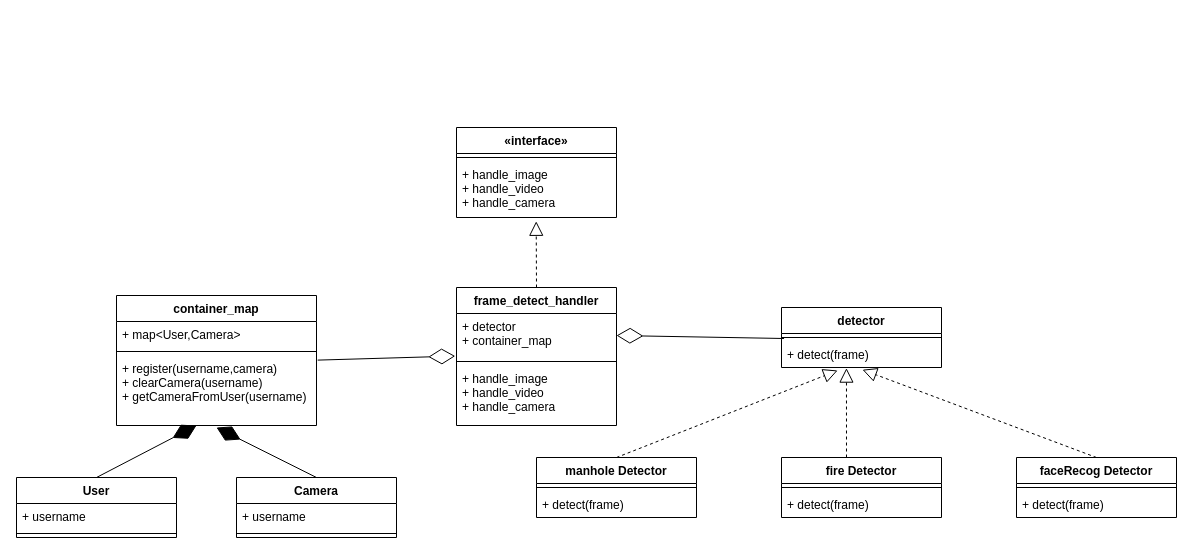
This is 未命名绘图.drawio from GithubWangXiaoXi/draw-io, a draw.io file, before an edit. Source tidied: cells renumbered, new cells numbered last; positions are measured from the earlier drawing's top-left corner, leaving out a move shared by most shapes. Both pictures are drawn from the tidied source at 100%, with x=0, y=0 at pixel (16, 127).
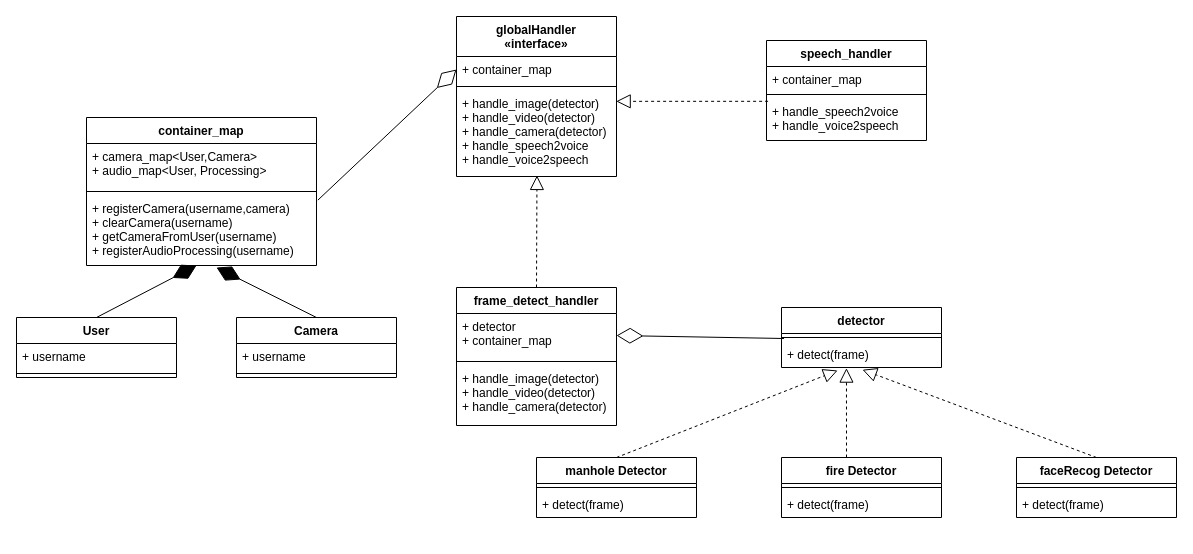
The same page after the edit.

Commit message:
更新未命名绘图.drawio

Unchanged cells that the change refers to:
```xml
<mxCell id="18" value="frame_detect_handler" style="swimlane;fontStyle=1;align=center;verticalAlign=top;horizontal=1;startSize=26;" parent="1" vertex="1">
  <mxGeometry x="440" y="160" width="160" height="138" as="geometry" />
</mxCell>
<mxCell id="19" value="+ detector&#10;+ container_map" style="text;strokeColor=none;fillColor=none;align=left;verticalAlign=top;spacingLeft=4;spacingRight=4;overflow=hidden;points=[[0,0.5],[1,0.5]];portConstraint=eastwest;" parent="18" vertex="1">
  <mxGeometry y="26" width="160" height="44" as="geometry" />
</mxCell>
```

Change to the diagram source:
```diff
@@
-    <mxCell id="11" value="«interface»&#10;" style="swimlane;fontStyle=1;align=center;verticalAlign=top;horizontal=1;startSize=26;" parent="1" vertex="1">
-      <mxGeometry x="440" width="160" height="90" as="geometry" />
-    </mxCell>
-    <mxCell id="12" style="line;strokeWidth=1;fillColor=none;align=left;verticalAlign=middle;spacingTop=-1;spacingLeft=3;spacingRight=3;labelPosition=right;strokeColor=inherit;" parent="11" vertex="1">
-      <mxGeometry y="26" width="160" height="8" as="geometry" />
-    </mxCell>
-    <mxCell id="13" value="+ handle_image&#10;+ handle_video&#10;+ handle_camera" style="text;strokeColor=none;fillColor=none;align=left;verticalAlign=top;spacingLeft=4;spacingRight=4;overflow=hidden;" parent="11" vertex="1">
-      <mxGeometry y="34" width="160" height="56" as="geometry" />
-    </mxCell>
-    <mxCell id="14" style="endArrow=block;dashed=1;endFill=0;endSize=12;html=1;rounded=0;entryX=0.492;entryY=1.068;entryDx=0;entryDy=0;entryPerimeter=0;" parent="1" edge="1">
+    <mxCell id="14" style="endArrow=block;dashed=1;endFill=0;endSize=12;html=1;rounded=0;entryX=0.503;entryY=0.988;entryDx=0;entryDy=0;entryPerimeter=0;" parent="1" edge="1" target="42">
       <mxGeometry relative="1" as="geometry">
         <mxPoint x="520" y="160" as="sourcePoint" />
-        <mxPoint x="519.7" y="93.8" as="targetPoint" />
       </mxGeometry>
     </mxCell>
@@
-    <mxCell id="21" value="+ handle_image&#10;+ handle_video&#10;+ handle_camera" style="text;strokeColor=none;fillColor=none;align=left;verticalAlign=top;spacingLeft=4;spacingRight=4;overflow=hidden;" parent="18" vertex="1">
+    <mxCell id="21" value="+ handle_image(detector)&#10;+ handle_video(detector)&#10;+ handle_camera(detector)" style="text;strokeColor=none;fillColor=none;align=left;verticalAlign=top;spacingLeft=4;spacingRight=4;overflow=hidden;" parent="18" vertex="1">
       <mxGeometry y="78" width="160" height="60" as="geometry" />
     </mxCell>
@@
     <mxCell id="26" value="User" style="swimlane;fontStyle=1;align=center;verticalAlign=top;horizontal=1;startSize=26;" parent="1" vertex="1">
-      <mxGeometry y="350" width="160" height="60" as="geometry" />
+      <mxGeometry y="190" width="160" height="60" as="geometry" />
     </mxCell>
@@
     <mxCell id="29" value="container_map" style="swimlane;fontStyle=1;align=center;verticalAlign=top;horizontal=1;startSize=26;" parent="1" vertex="1">
-      <mxGeometry x="100" y="168" width="200" height="130" as="geometry" />
+      <mxGeometry x="70" y="-10" width="230" height="148" as="geometry" />
     </mxCell>
-    <mxCell id="30" value="+ map&lt;User,Camera&gt; " style="text;strokeColor=none;fillColor=none;align=left;verticalAlign=top;spacingLeft=4;spacingRight=4;overflow=hidden;" parent="29" vertex="1">
-      <mxGeometry y="26" width="200" height="26" as="geometry" />
+    <mxCell id="30" value="+ camera_map&lt;User,Camera&gt;&#10;+ audio_map&lt;User, Processing&gt; " style="text;strokeColor=none;fillColor=none;align=left;verticalAlign=top;spacingLeft=4;spacingRight=4;overflow=hidden;" parent="29" vertex="1">
+      <mxGeometry y="26" width="230" height="44" as="geometry" />
     </mxCell>
     <mxCell id="31" style="line;strokeWidth=1;fillColor=none;align=left;verticalAlign=middle;spacingTop=-1;spacingLeft=3;spacingRight=3;labelPosition=right;strokeColor=inherit;" parent="29" vertex="1">
-      <mxGeometry y="52" width="200" height="8" as="geometry" />
+      <mxGeometry y="70" width="230" height="8" as="geometry" />
     </mxCell>
-    <mxCell id="32" value="+ register(username,camera)&#10;+ clearCamera(username)&#10;+ getCameraFromUser(username)" style="text;strokeColor=none;fillColor=none;align=left;verticalAlign=top;spacingLeft=4;spacingRight=4;overflow=hidden;points=[[0,0.5],[1,0.5]];portConstraint=eastwest;" parent="29" vertex="1">
-      <mxGeometry y="60" width="200" height="70" as="geometry" />
+    <mxCell id="32" value="+ registerCamera(username,camera)&#10;+ clearCamera(username)&#10;+ getCameraFromUser(username)&#10;+ registerAudioProcessing(username)" style="text;strokeColor=none;fillColor=none;align=left;verticalAlign=top;spacingLeft=4;spacingRight=4;overflow=hidden;points=[[0,0.5],[1,0.5]];portConstraint=eastwest;" parent="29" vertex="1">
+      <mxGeometry y="78" width="230" height="70" as="geometry" />
     </mxCell>
     <mxCell id="33" value="Camera" style="swimlane;fontStyle=1;align=center;verticalAlign=top;horizontal=1;startSize=26;" parent="1" vertex="1">
-      <mxGeometry x="220" y="350" width="160" height="60" as="geometry" />
+      <mxGeometry x="220" y="190" width="160" height="60" as="geometry" />
     </mxCell>
@@
-    <mxCell id="36" style="endArrow=diamondThin;endFill=0;endSize=24;html=1;rounded=0;entryX=-0.008;entryY=0.968;entryDx=0;entryDy=0;entryPerimeter=0;exitX=1.006;exitY=0.066;exitDx=0;exitDy=0;exitPerimeter=0;" parent="1" edge="1" source="32" target="19">
+    <mxCell id="36" style="endArrow=diamondThin;endFill=0;endSize=24;html=1;rounded=0;entryX=0;entryY=0.5;entryDx=0;entryDy=0;exitX=1.006;exitY=0.066;exitDx=0;exitDy=0;exitPerimeter=0;" parent="1" edge="1" source="32" target="40">
       <mxGeometry relative="1" as="geometry" />
     </mxCell>
     <mxCell id="37" style="endArrow=diamondThin;endFill=1;endSize=24;html=1;rounded=0;exitX=0.5;exitY=0;exitDx=0;exitDy=0;" parent="1" edge="1" source="33">
       <mxGeometry relative="1" as="geometry">
-        <mxPoint x="200" y="300" as="targetPoint" />
+        <mxPoint x="200" y="140" as="targetPoint" />
       </mxGeometry>
     </mxCell>
     <mxCell id="38" style="endArrow=diamondThin;endFill=1;endSize=24;html=1;rounded=0;exitX=0.5;exitY=0;exitDx=0;exitDy=0;" parent="1" edge="1" source="26">
       <mxGeometry relative="1" as="geometry">
-        <mxPoint x="180" y="298" as="targetPoint" />
+        <mxPoint x="180" y="138" as="targetPoint" />
       </mxGeometry>
     </mxCell>
+    <mxCell id="39" value="globalHandler&#10;«interface»" style="swimlane;fontStyle=1;align=center;verticalAlign=top;horizontal=1;startSize=40;" parent="1" vertex="1">
+      <mxGeometry x="440" y="-111" width="160" height="160" as="geometry" />
+    </mxCell>
+    <mxCell id="40" value="+ container_map" style="text;strokeColor=none;fillColor=none;align=left;verticalAlign=top;spacingLeft=4;spacingRight=4;overflow=hidden;points=[[0,0.5],[1,0.5]];portConstraint=eastwest;" parent="39" vertex="1">
+      <mxGeometry y="40" width="160" height="26" as="geometry" />
+    </mxCell>
+    <mxCell id="41" style="line;strokeWidth=1;fillColor=none;align=left;verticalAlign=middle;spacingTop=-1;spacingLeft=3;spacingRight=3;labelPosition=right;strokeColor=inherit;" parent="39" vertex="1">
+      <mxGeometry y="66" width="160" height="8" as="geometry" />
+    </mxCell>
+    <mxCell id="42" value="+ handle_image(detector)&#10;+ handle_video(detector)&#10;+ handle_camera(detector)&#10;+ handle_speech2voice&#10;+ handle_voice2speech" style="text;strokeColor=none;fillColor=none;align=left;verticalAlign=top;spacingLeft=4;spacingRight=4;overflow=hidden;points=[[0,0.5],[1,0.5]];portConstraint=eastwest;" parent="39" vertex="1">
+      <mxGeometry y="74" width="160" height="86" as="geometry" />
+    </mxCell>
+    <mxCell id="43" value="speech_handler" style="swimlane;fontStyle=1;align=center;verticalAlign=top;horizontal=1;startSize=26;" parent="1" vertex="1">
+      <mxGeometry x="750" y="-87" width="160" height="100" as="geometry" />
+    </mxCell>
+    <mxCell id="44" value="+ container_map" style="text;strokeColor=none;fillColor=none;align=left;verticalAlign=top;spacingLeft=4;spacingRight=4;overflow=hidden;" parent="43" vertex="1">
+      <mxGeometry y="26" width="160" height="24" as="geometry" />
+    </mxCell>
+    <mxCell id="45" style="line;strokeWidth=1;fillColor=none;align=left;verticalAlign=middle;spacingTop=-1;spacingLeft=3;spacingRight=3;labelPosition=right;strokeColor=inherit;" parent="43" vertex="1">
+      <mxGeometry y="50" width="160" height="8" as="geometry" />
+    </mxCell>
+    <mxCell id="46" value="+ handle_speech2voice&#10;+ handle_voice2speech" style="text;strokeColor=none;fillColor=none;align=left;verticalAlign=top;spacingLeft=4;spacingRight=4;overflow=hidden;points=[[0,0.5],[1,0.5]];portConstraint=eastwest;" parent="43" vertex="1">
+      <mxGeometry y="58" width="160" height="42" as="geometry" />
+    </mxCell>
+    <mxCell id="47" style="endArrow=block;dashed=1;endFill=0;endSize=12;html=1;rounded=0;entryX=0.998;entryY=0.126;entryDx=0;entryDy=0;entryPerimeter=0;exitX=0.01;exitY=0.067;exitDx=0;exitDy=0;exitPerimeter=0;" parent="1" edge="1" source="46" target="42">
+      <mxGeometry relative="1" as="geometry" />
+    </mxCell>
```
